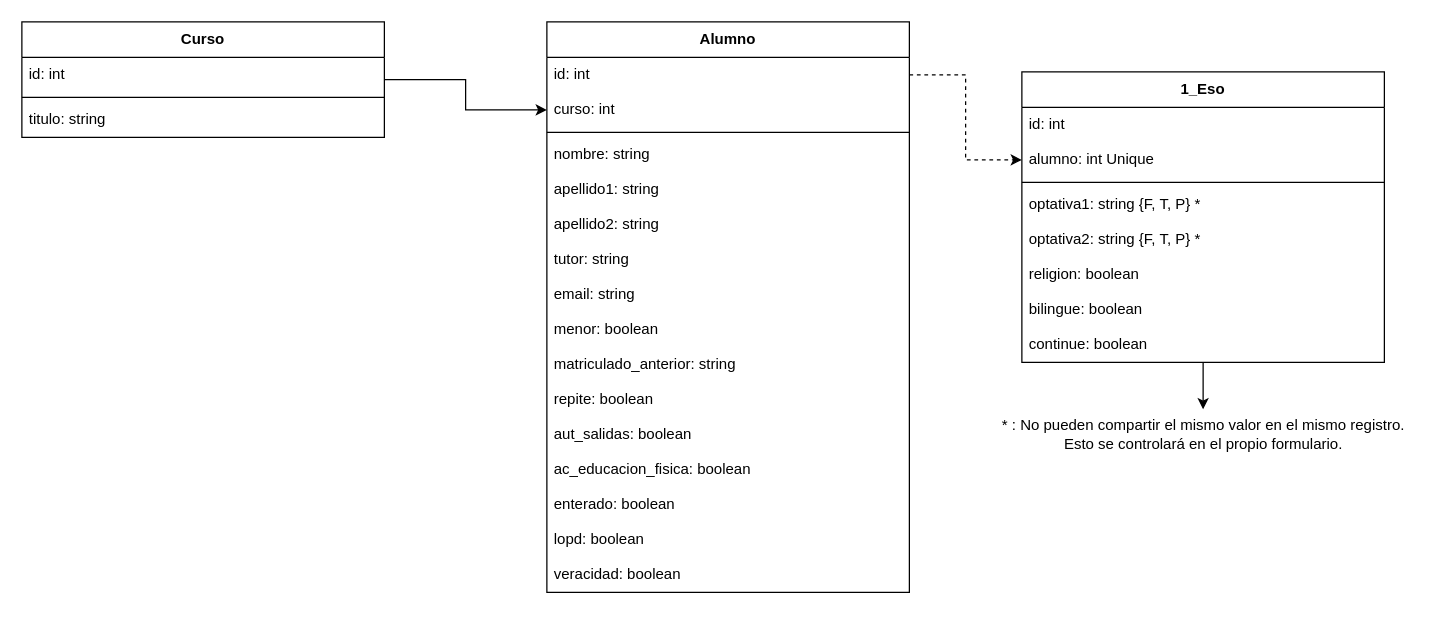
Earlier version of the draw.io diagram Proyecto-Matricula-Online.drawio (Buhuk/diagramas). Source tidied: cells renumbered, new cells numbered last; positions are measured from the earlier drawing's top-left corner, leaving out a move shared by most shapes. Both pictures are drawn from the tidied source at 125%, with x=0, y=0 at pixel (21, 21).
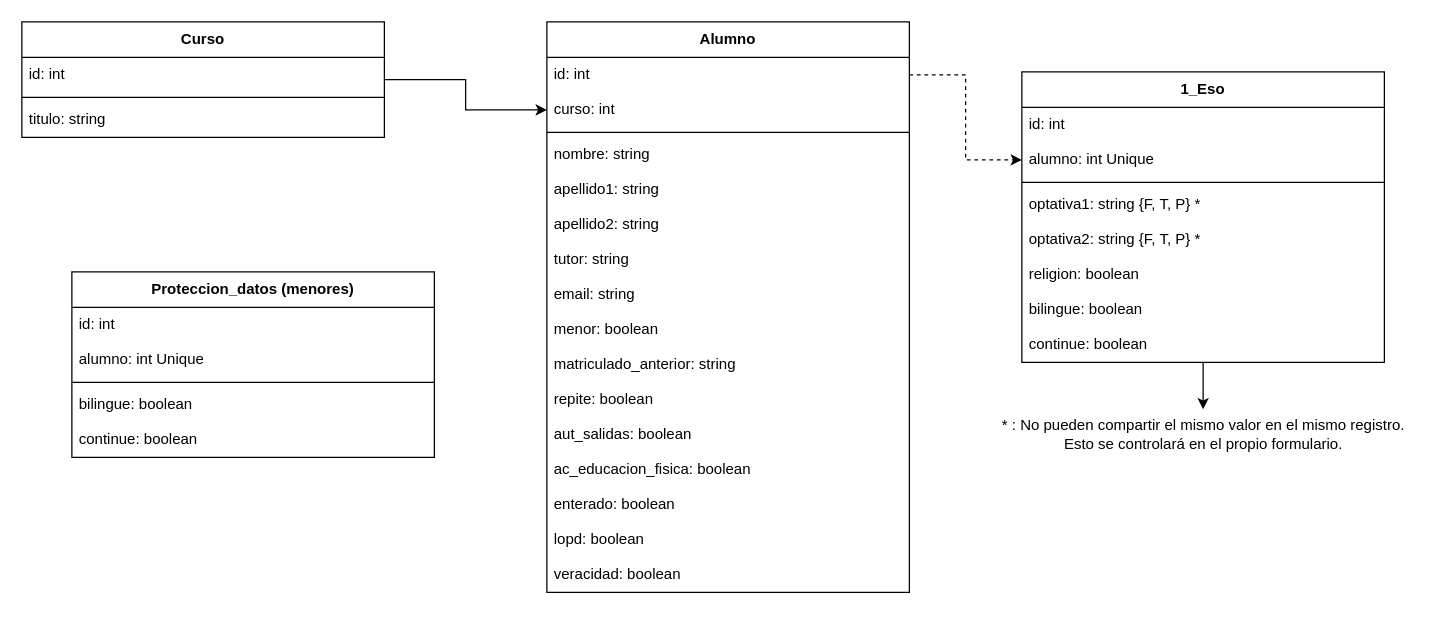
Above is the later version.

What changed in the source:
```diff
@@
+    <mxCell id="36" value="Proteccion_datos (menores)" style="swimlane;fontStyle=1;align=center;verticalAlign=top;horizontal=1;startSize=28.4;" parent="1" vertex="1">
+      <mxGeometry x="40" y="200" width="290" height="148.4" as="geometry" />
+    </mxCell>
+    <mxCell id="37" value="id: int" style="text;strokeColor=none;fillColor=none;align=left;verticalAlign=top;spacingLeft=4;spacingRight=4;overflow=hidden;" parent="36" vertex="1">
+      <mxGeometry y="28.4" width="290" height="28" as="geometry" />
+    </mxCell>
+    <mxCell id="38" value="alumno: int Unique" style="text;strokeColor=none;fillColor=none;align=left;verticalAlign=top;spacingLeft=4;spacingRight=4;overflow=hidden;" parent="36" vertex="1">
+      <mxGeometry y="56.4" width="290" height="28" as="geometry" />
+    </mxCell>
+    <mxCell id="39" style="line;strokeWidth=1;fillColor=none;align=left;verticalAlign=middle;spacingTop=-1;spacingLeft=3;spacingRight=3;labelPosition=right;strokeColor=inherit;" parent="36" vertex="1">
+      <mxGeometry y="84.4" width="290" height="8" as="geometry" />
+    </mxCell>
+    <mxCell id="40" value="bilingue: boolean" style="text;strokeColor=none;fillColor=none;align=left;verticalAlign=top;spacingLeft=4;spacingRight=4;overflow=hidden;" parent="36" vertex="1">
+      <mxGeometry y="92.4" width="290" height="28" as="geometry" />
+    </mxCell>
+    <mxCell id="41" value="continue: boolean" style="text;strokeColor=none;fillColor=none;align=left;verticalAlign=top;spacingLeft=4;spacingRight=4;overflow=hidden;" parent="36" vertex="1">
+      <mxGeometry y="120.4" width="290" height="28" as="geometry" />
+    </mxCell>
```
